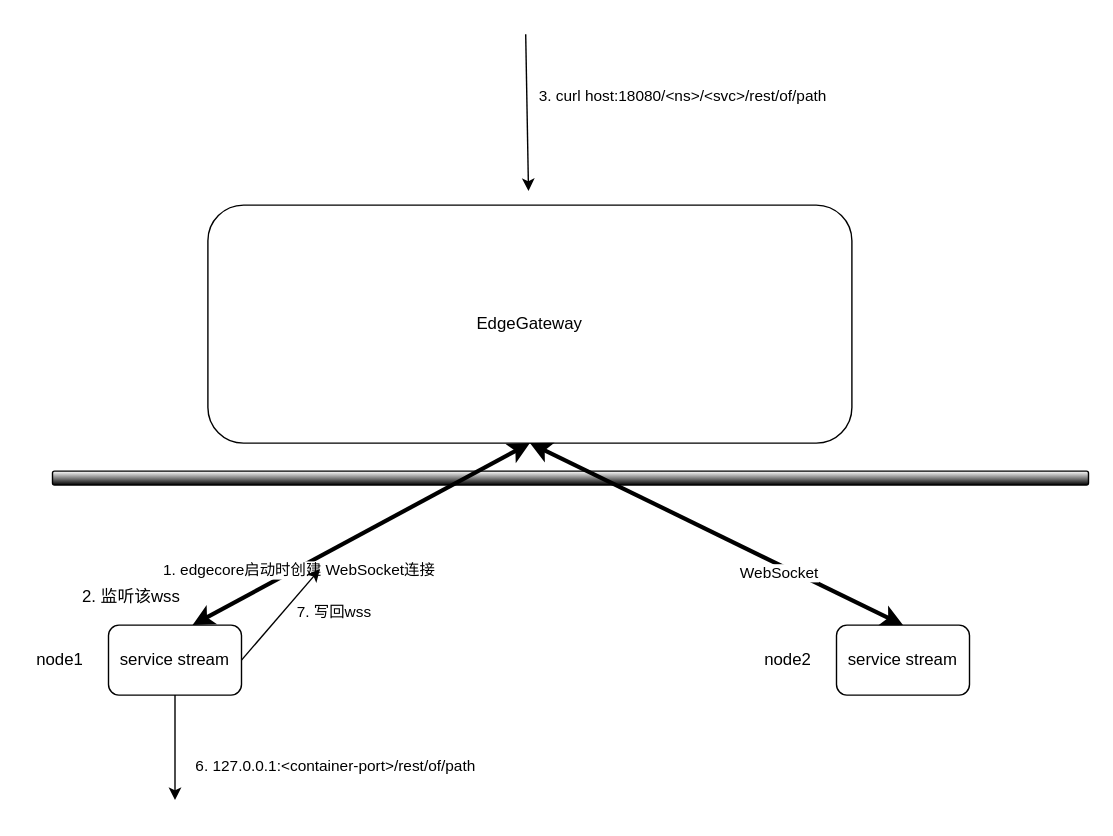
This is page "Page-2" (2 of 2) of edgegateway.drawio from lmxia/system_designs, a draw.io file, before an edit. Source tidied: cells renumbered, new cells numbered last; positions are measured from the earlier drawing's top-left corner, leaving out a move shared by most shapes. Both pictures are drawn from the tidied source at 140%, with x=0, y=0 at pixel (24, 34).
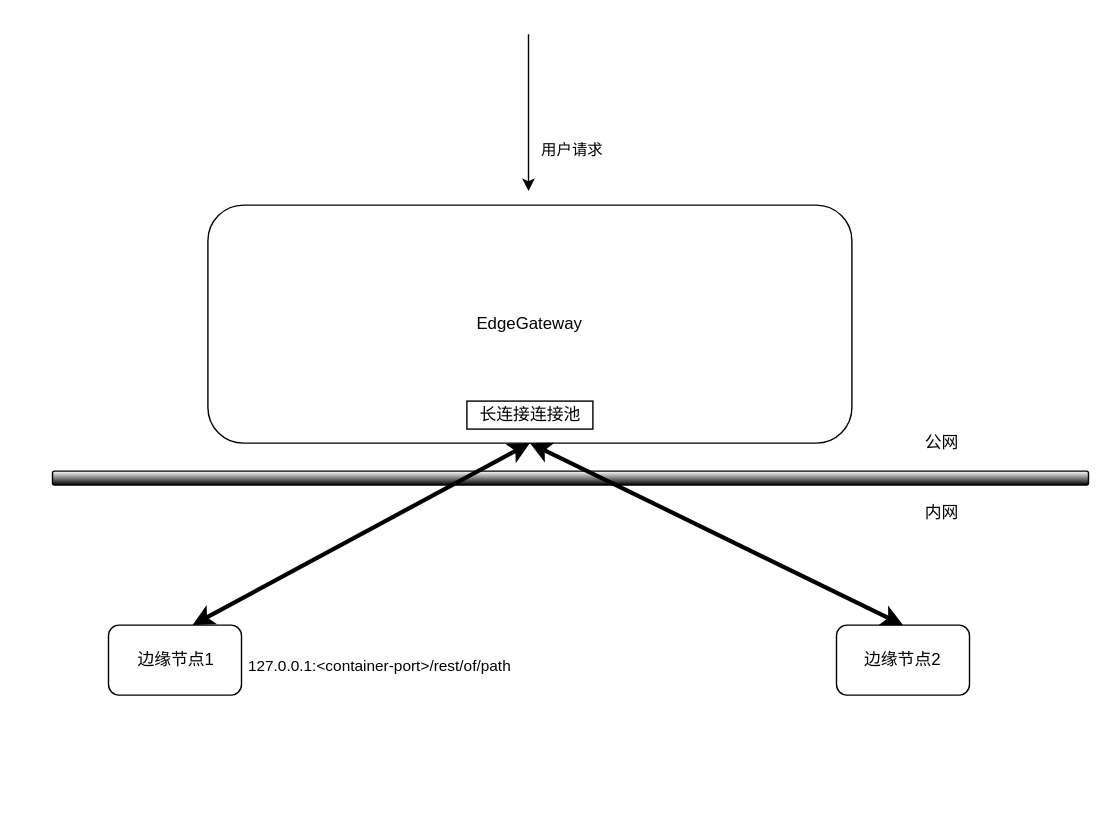
Above is the later version.

Unchanged cells that the change refers to:
```xml
<mxCell id="10" style="endArrow=classic;startArrow=classic;html=1;strokeWidth=3;entryX=0.5;entryY=1;entryDx=0;entryDy=0;" parent="1" edge="1" target="2">
  <mxGeometry relative="1" as="geometry">
    <mxPoint x="120" y="422" as="sourcePoint" />
  </mxGeometry>
</mxCell>
<mxCell id="12" style="endArrow=classic;startArrow=classic;html=1;strokeWidth=3;exitX=0.5;exitY=0;exitDx=0;exitDy=0;entryX=0.5;entryY=1;entryDx=0;entryDy=0;" parent="1" edge="1" source="8" target="2">
  <mxGeometry relative="1" as="geometry" />
</mxCell>
```

Change to the diagram source:
```diff
@@
-    <mxCell id="4" style="edgeStyle=orthogonalEdgeStyle;rounded=0;jettySize=auto;html=1;strokeWidth=1;" parent="1" edge="1" source="6">
-      <mxGeometry relative="1" as="geometry">
-        <mxPoint x="107.5" y="547" as="targetPoint" />
-      </mxGeometry>
-    </mxCell>
-    <mxCell id="5" value="6. 127.0.0.1:&amp;lt;container-port&amp;gt;/rest/of/path" style="edgeLabel;html=1;align=center;verticalAlign=middle;" parent="4" vertex="1">
-      <mxGeometry x="-0.15" y="-1" relative="1" as="geometry">
-        <mxPoint x="114.5" y="18" as="offset" />
-      </mxGeometry>
-    </mxCell>
-    <mxCell id="6" value="service stream" style="rounded=1;whiteSpace=wrap;html=1;strokeColor=#000000;" parent="1" vertex="1">
+    <mxCell id="6" style="rounded=1;whiteSpace=wrap;html=1;strokeColor=#000000;" parent="1" vertex="1">
       <mxGeometry x="60" y="422" width="95" height="50" as="geometry" />
     </mxCell>
-    <mxCell id="7" value="node1" style="text;html=1;align=center;verticalAlign=middle;fillColor=none;strokeColor=none;rounded=0;" parent="1" vertex="1">
-      <mxGeometry y="437" width="50" height="20" as="geometry" />
+    <mxCell id="7" value="边缘节点1" style="text;html=1;align=center;verticalAlign=middle;fillColor=none;strokeColor=none;rounded=0;" parent="1" vertex="1">
+      <mxGeometry x="72.5" y="437" width="70" height="20" as="geometry" />
     </mxCell>
-    <mxCell id="8" value="service stream" style="rounded=1;whiteSpace=wrap;html=1;strokeColor=#000000;" parent="1" vertex="1">
+    <mxCell id="8" value="边缘节点2" style="rounded=1;whiteSpace=wrap;html=1;strokeColor=#000000;" parent="1" vertex="1">
       <mxGeometry x="580" y="422" width="95" height="50" as="geometry" />
     </mxCell>
-    <mxCell id="9" value="node2" style="text;html=1;align=center;verticalAlign=middle;fillColor=none;strokeColor=none;rounded=0;" parent="1" vertex="1">
-      <mxGeometry x="520" y="437" width="50" height="20" as="geometry" />
-    </mxCell>
@@
-    <mxCell id="11" value="1. edgecore启动时创建 WebSocket连接" style="edgeLabel;html=1;align=center;verticalAlign=middle;" parent="10" vertex="1">
-      <mxGeometry x="-0.38" y="-1" relative="1" as="geometry" />
-    </mxCell>
@@
-    <mxCell id="13" value="WebSocket" style="edgeLabel;html=1;align=center;verticalAlign=middle;" parent="12" vertex="1">
-      <mxGeometry x="-0.34" y="3" relative="1" as="geometry">
-        <mxPoint y="3" as="offset" />
-      </mxGeometry>
-    </mxCell>
-    <mxCell id="14" style="endArrow=classic;html=1;strokeWidth=1;exitX=0.5;exitY=0.975;exitDx=0;exitDy=0;exitPerimeter=0;" parent="1" edge="1">
+    <mxCell id="14" style="endArrow=classic;html=1;strokeWidth=1;" parent="1" edge="1">
       <mxGeometry relative="1" as="geometry">
-        <mxPoint x="358" as="sourcePoint" />
+        <mxPoint x="360" as="sourcePoint" />
         <mxPoint x="360" y="112" as="targetPoint" />
       </mxGeometry>
     </mxCell>
-    <mxCell id="15" value="3. curl host:18080/&amp;lt;ns&amp;gt;/&amp;lt;svc&amp;gt;/rest/of/path" style="edgeLabel;html=1;align=center;verticalAlign=middle;" parent="14" vertex="1">
+    <mxCell id="15" value="用户请求" style="edgeLabel;html=1;align=center;verticalAlign=middle;" parent="14" vertex="1">
       <mxGeometry x="-0.44" y="2" relative="1" as="geometry">
-        <mxPoint x="109.4" y="13" as="offset" />
+        <mxPoint x="28" y="51" as="offset" />
       </mxGeometry>
     </mxCell>
-    <mxCell id="16" value="2. 监听该wss" style="text;html=1;align=center;verticalAlign=middle;fillColor=none;strokeColor=none;rounded=0;labelBackgroundColor=none;" parent="1" vertex="1">
-      <mxGeometry x="31" y="392" width="90" height="20" as="geometry" />
-    </mxCell>
-    <mxCell id="17" style="endArrow=classic;html=1;strokeWidth=1;exitX=1;exitY=0.5;exitDx=0;exitDy=0;" parent="1" edge="1" source="6">
-      <mxGeometry relative="1" as="geometry">
-        <mxPoint x="211" y="382" as="targetPoint" />
-      </mxGeometry>
-    </mxCell>
-    <mxCell id="18" value="7. 写回wss" style="edgeLabel;html=1;align=center;verticalAlign=middle;" parent="17" vertex="1">
-      <mxGeometry x="0.04" relative="1" as="geometry">
-        <mxPoint x="36.6" y="-0.9" as="offset" />
-      </mxGeometry>
-    </mxCell>
+    <mxCell id="19" value="公网" style="text;html=1;align=center;verticalAlign=middle;fillColor=none;strokeColor=none;rounded=0;" parent="1" vertex="1">
+      <mxGeometry x="635" y="282" width="40" height="20" as="geometry" />
+    </mxCell>
+    <mxCell id="20" value="内网" style="text;html=1;align=center;verticalAlign=middle;fillColor=none;strokeColor=none;rounded=0;" parent="1" vertex="1">
+      <mxGeometry x="635" y="332" width="40" height="20" as="geometry" />
+    </mxCell>
+    <mxCell id="21" value="&lt;span style=&quot;color: rgb(0 , 0 , 0) ; font-family: &amp;#34;helvetica&amp;#34; ; font-size: 11px ; font-style: normal ; font-weight: 400 ; letter-spacing: normal ; text-align: center ; text-indent: 0px ; text-transform: none ; word-spacing: 0px ; background-color: rgb(255 , 255 , 255) ; display: inline ; float: none&quot;&gt;&amp;nbsp;127.0.0.1:&amp;lt;container-port&amp;gt;/rest/of/path&lt;/span&gt;" style="text;whiteSpace=wrap;html=1;" parent="1" vertex="1">
+      <mxGeometry x="155" y="437" width="240" height="30" as="geometry" />
+    </mxCell>
+    <mxCell id="22" value="长连接连接池" style="text;html=1;align=center;verticalAlign=middle;rounded=0;strokeColor=#000000;" parent="1" vertex="1">
+      <mxGeometry x="316" y="262" width="90" height="20" as="geometry" />
+    </mxCell>
```
